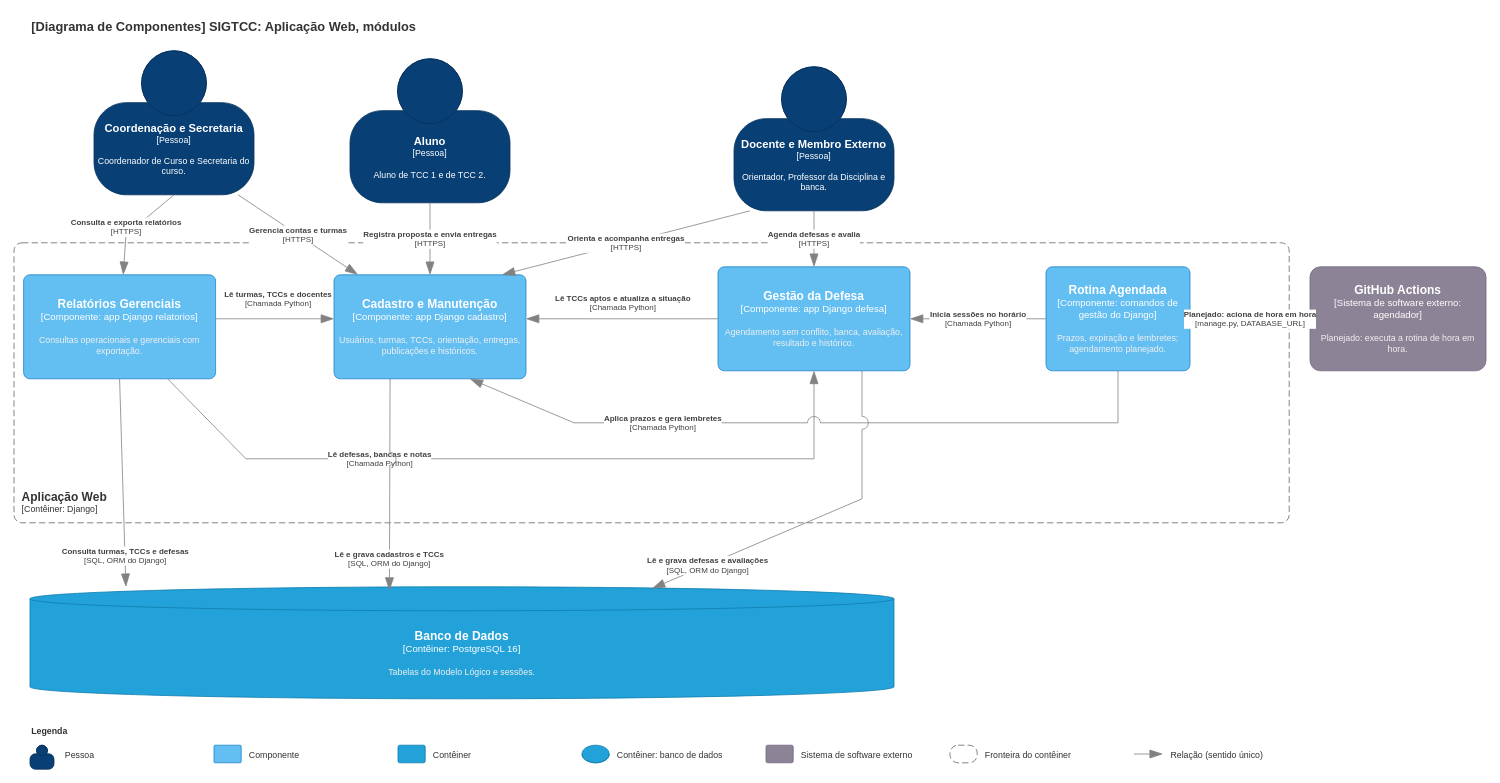
The draw.io diagram page "Componentes: módulos" (1 of 2) of docs/arquitetura/Componentes_SIGTCC.drawio in celiobenj/SIGTCC, before the edit. Source tidied: cells renumbered, new cells numbered last; positions are measured from the earlier drawing's top-left corner, leaving out a move shared by most shapes. Both pictures are drawn from the tidied source at 80%, with x=0, y=0 at pixel (14, 14).
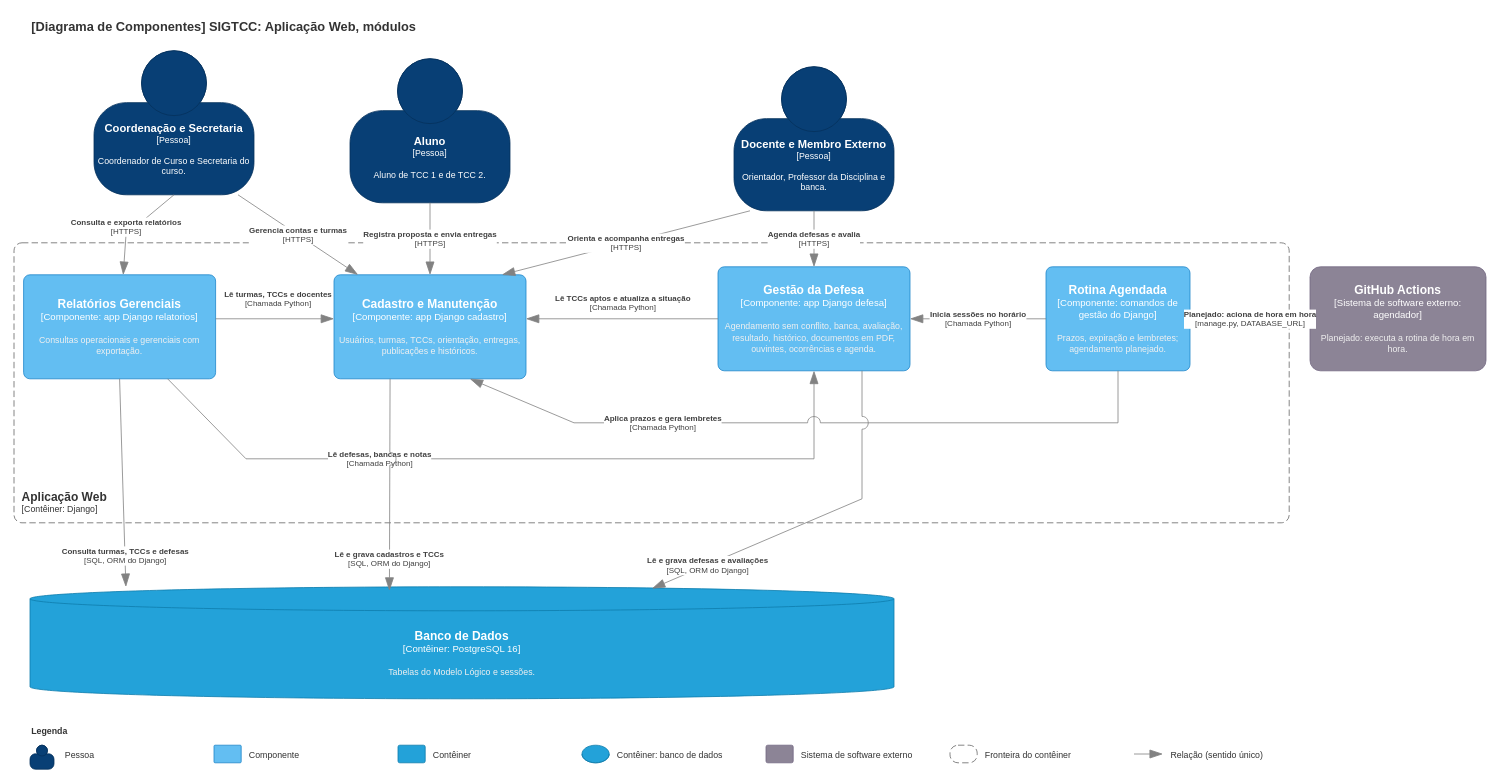
The same diagram, later.

Commit message (it also covers changes not shown here):
chore(feat-09): popular demonstracao e atualizar documentos

Diff of the diagram source:
```diff
@@
-    <mxCell id="9" value="&lt;font style=&quot;font-size:15px&quot;&gt;&lt;b&gt;Gestão da Defesa&lt;/b&gt;&lt;/font&gt;&lt;div&gt;[Componente: app Django defesa]&lt;/div&gt;&lt;br&gt;&lt;div&gt;&lt;font style=&quot;font-size:11px&quot; color=&quot;#F0F0F0&quot;&gt;Agendamento sem conflito, banca, avaliação, resultado e histórico.&lt;/font&gt;&lt;/div&gt;" style="rounded=1;whiteSpace=wrap;html=1;labelBackgroundColor=none;fillColor=#63BEF2;fontColor=#ffffff;align=center;arcSize=6;strokeColor=#2086C9;" parent="1" vertex="1">
+    <mxCell id="9" value="&lt;font style=&quot;font-size:15px&quot;&gt;&lt;b&gt;Gestão da Defesa&lt;/b&gt;&lt;/font&gt;&lt;div&gt;[Componente: app Django defesa]&lt;/div&gt;&lt;br&gt;&lt;div&gt;&lt;font style=&quot;font-size:11px&quot; color=&quot;#F0F0F0&quot;&gt;Agendamento sem conflito, banca, avaliação, resultado, histórico, documentos em PDF, ouvintes, ocorrências e agenda.&lt;/font&gt;&lt;/div&gt;" style="rounded=1;whiteSpace=wrap;html=1;labelBackgroundColor=none;fillColor=#63BEF2;fontColor=#ffffff;align=center;arcSize=6;strokeColor=#2086C9;" parent="1" vertex="1">
       <mxGeometry x="880" y="316" width="240" height="130" as="geometry" />
     </mxCell>
```
